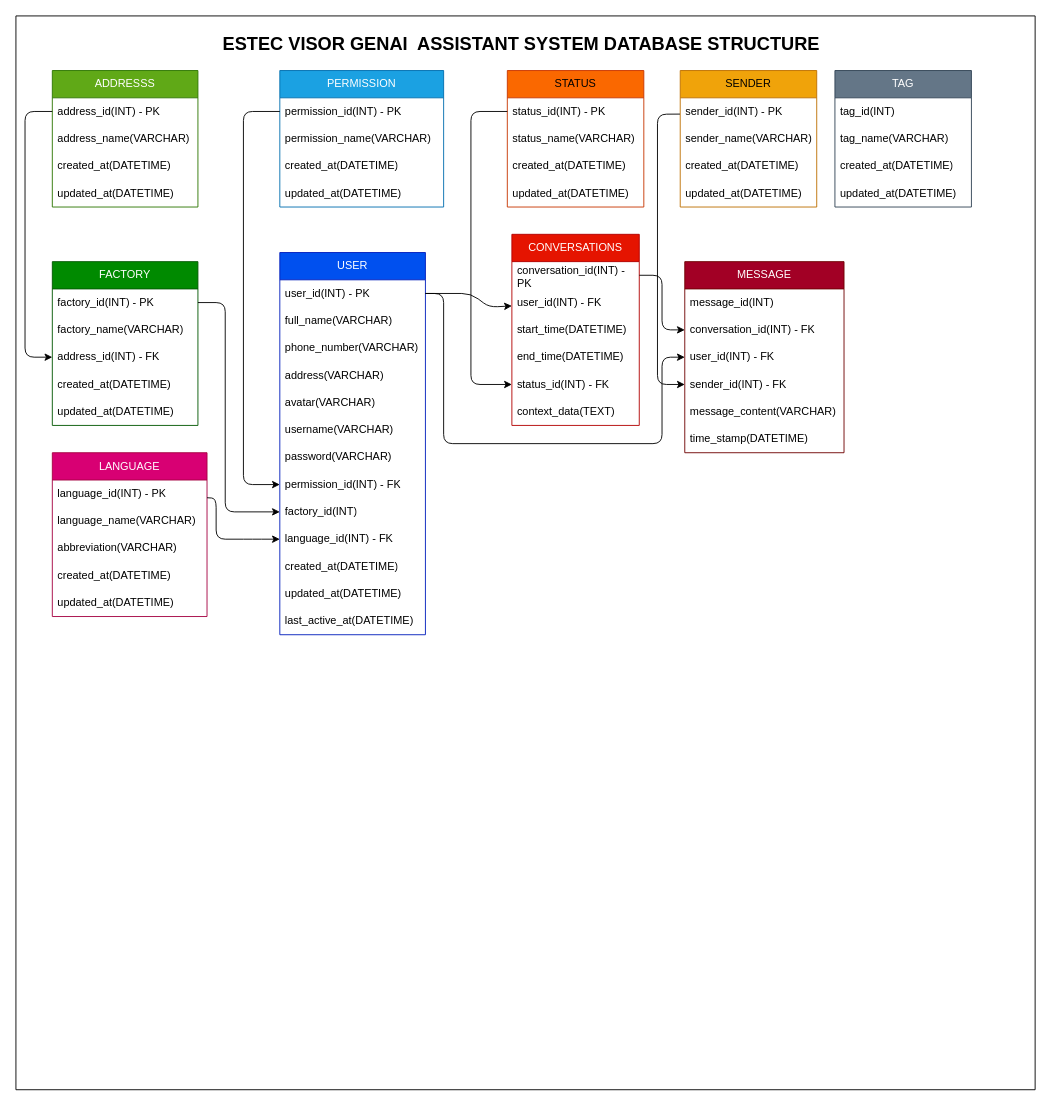
The draw.io diagram page "Database Structure" (2 of 2) of src/process/description.drawio in HuyHoESTEC/e_visor_genai_chatbot_fe, before the edit. Source tidied: cells renumbered, new cells numbered last; positions are measured from the earlier drawing's top-left corner, leaving out a move shared by most shapes. Both pictures are drawn from the tidied source at 91%, with x=0, y=0 at pixel (15, 15).
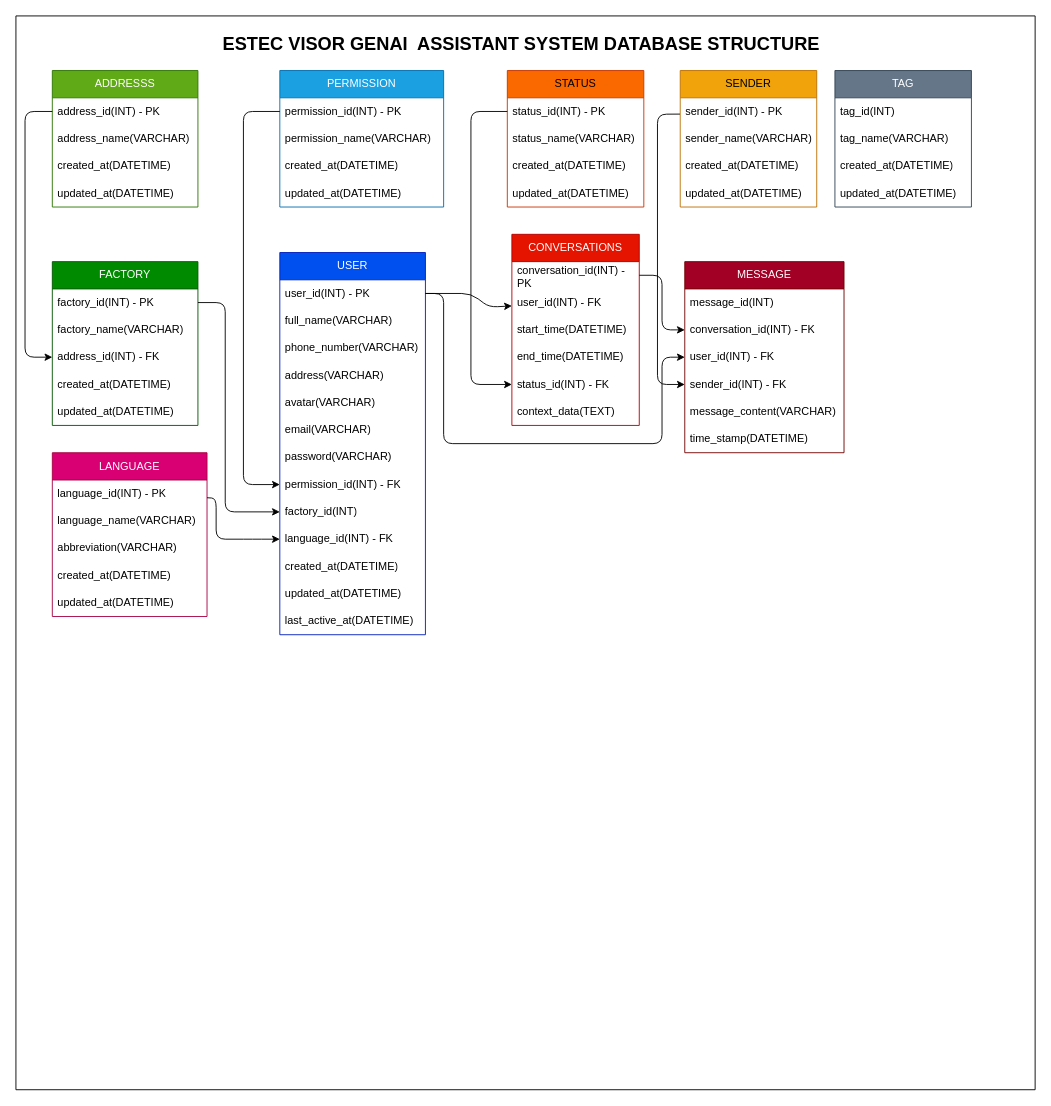
After the change.

Unchanged cells that the change refers to:
```xml
<mxCell id="4" value="USER" style="swimlane;fontStyle=0;horizontal=1;startSize=30;whiteSpace=wrap;html=1;fillColor=#0050ef;fontColor=#ffffff;strokeColor=#001DBC;" parent="2" vertex="1">
  <mxGeometry x="290" y="260" width="160" height="420" as="geometry" />
</mxCell>
```

The edit, as a diff of the source:
```diff
@@
-    <mxCell id="10" value="username(VARCHAR)" style="text;strokeColor=none;fillColor=none;align=left;verticalAlign=middle;spacingLeft=4;spacingRight=4;overflow=hidden;whiteSpace=wrap;html=1;" parent="4" vertex="1">
+    <mxCell id="10" value="email(VARCHAR)" style="text;strokeColor=none;fillColor=none;align=left;verticalAlign=middle;spacingLeft=4;spacingRight=4;overflow=hidden;whiteSpace=wrap;html=1;" parent="4" vertex="1">
       <mxGeometry y="180" width="160" height="30" as="geometry" />
     </mxCell>
```
